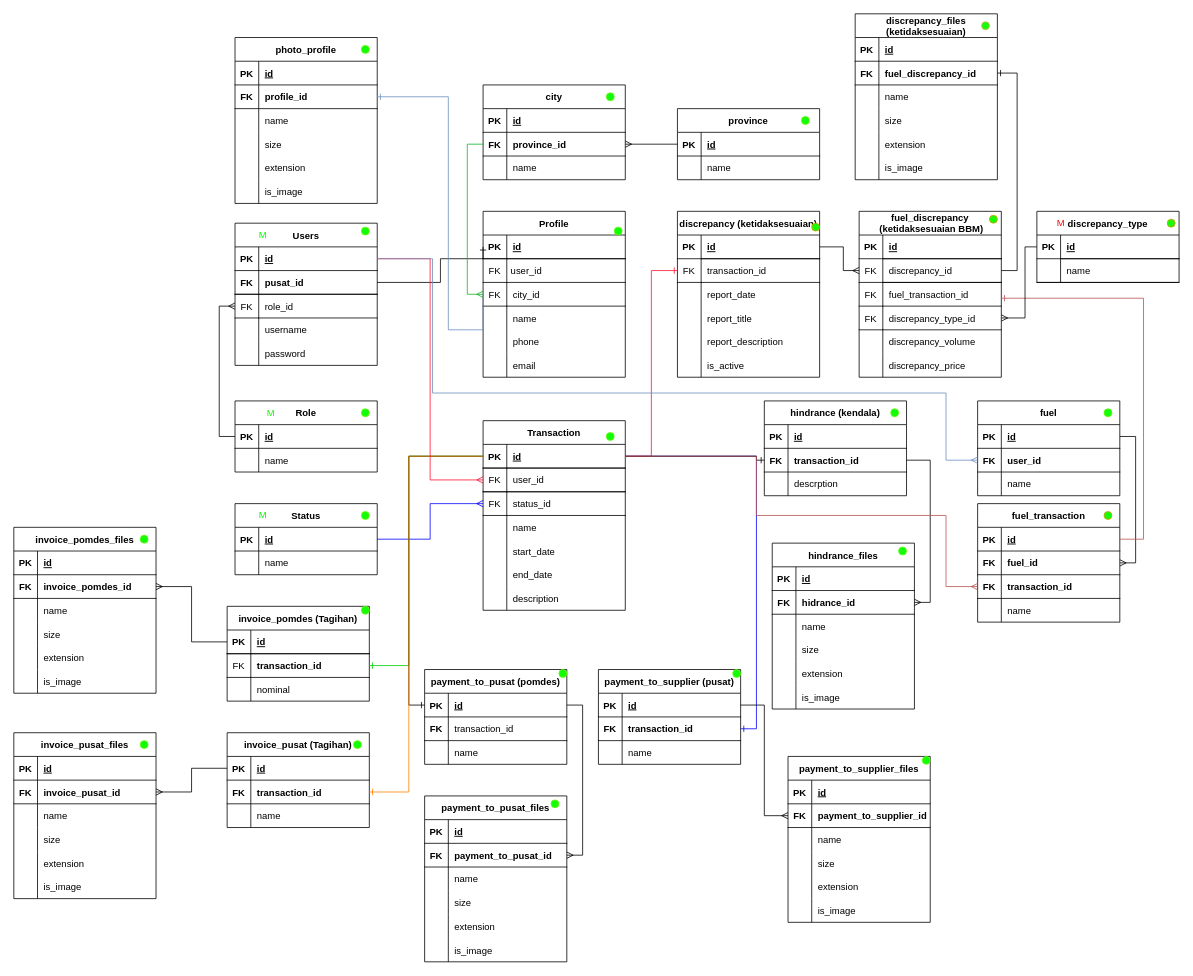
Faris072/pomdes keeps this draw.io diagram as PomdesDB.drawio. Above is the earlier version. Source tidied: cells renumbered, new cells numbered last; positions are measured from the earlier drawing's top-left corner, leaving out a move shared by most shapes. Both pictures are drawn from the tidied source at 79%, with x=0, y=0 at pixel (13, 13).
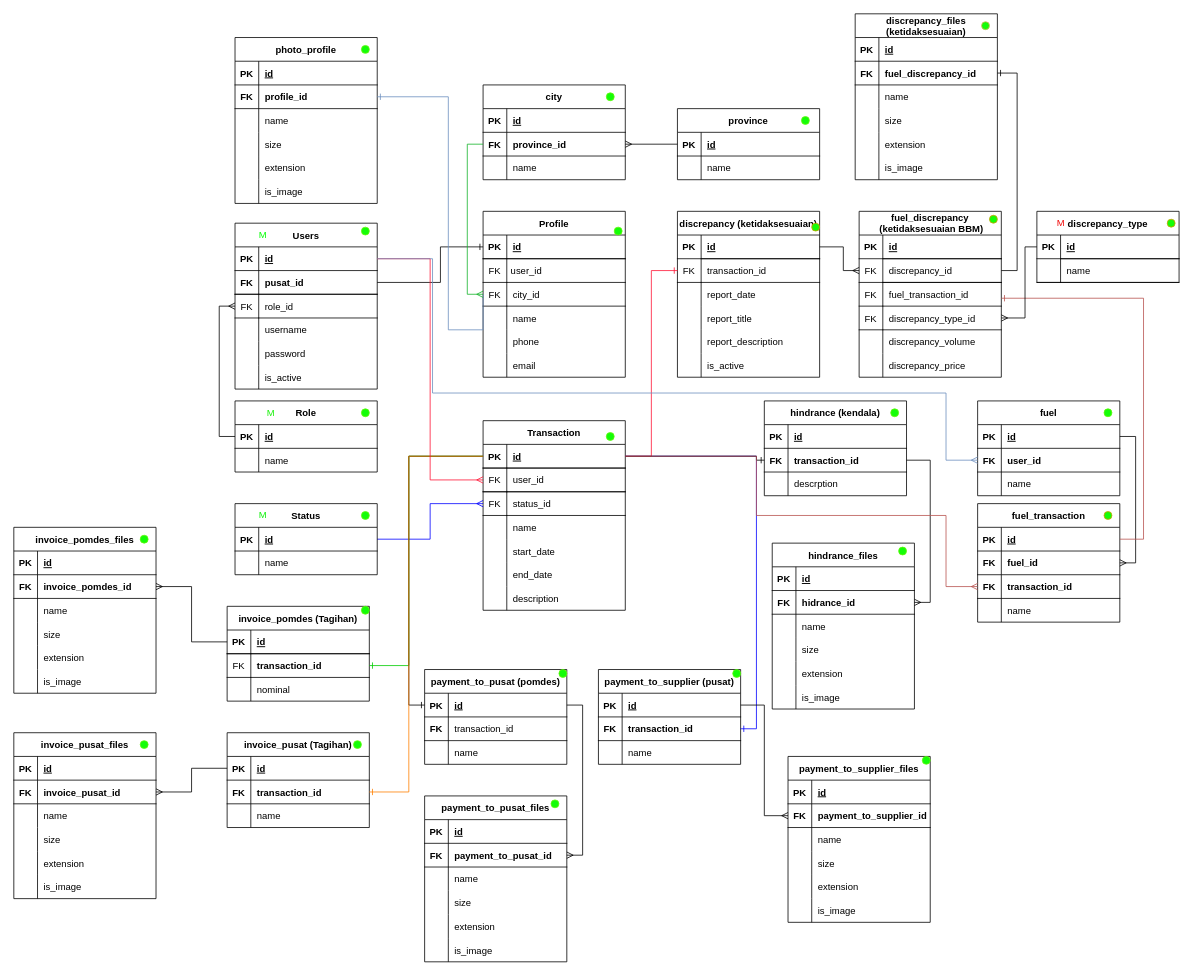
The same diagram, later.

Unchanged cells that the change refers to:
```xml
<mxCell id="6" style="shape=tableRow;horizontal=0;startSize=0;swimlaneHead=0;swimlaneBody=0;fillColor=none;points=[[0,0.5],[1,0.5]];portConstraint=eastwest;top=0;left=0;right=0;bottom=1;" parent="2" vertex="1">
  <mxGeometry y="60" width="180" height="30" as="geometry" />
</mxCell>
<mxCell id="19" style="shape=tableRow;horizontal=0;startSize=0;swimlaneHead=0;swimlaneBody=0;fillColor=none;points=[[0,0.5],[1,0.5]];portConstraint=eastwest;top=0;left=0;right=0;bottom=1;" parent="18" vertex="1">
  <mxGeometry y="30" width="180" height="30" as="geometry" />
</mxCell>
```

Change to the diagram source:
```diff
@@
     <mxCell id="2" value="Users" style="shape=table;startSize=30;childLayout=tableLayout;rowLines=0;fontStyle=1;align=center;" parent="1" vertex="1">
-      <mxGeometry x="280" y="265" width="180" height="180" as="geometry" />
+      <mxGeometry x="280" y="265" width="180" height="210" as="geometry" />
     </mxCell>
@@
+    <mxCell id="394" style="shape=tableRow;horizontal=0;startSize=0;swimlaneHead=0;swimlaneBody=0;fillColor=none;top=0;left=0;right=0;bottom=0;" parent="2" vertex="1">
+      <mxGeometry y="180" width="180" height="30" as="geometry" />
+    </mxCell>
+    <mxCell id="395" style="shape=partialRectangle;fillColor=none;top=0;left=0;bottom=0;right=0;overflow=hidden;" parent="394" vertex="1">
+      <mxGeometry width="30" height="30" as="geometry" />
+    </mxCell>
+    <mxCell id="396" value="is_active" style="shape=partialRectangle;fillColor=none;top=0;left=0;bottom=0;right=0;align=left;spacingLeft=6;overflow=hidden;" parent="394" vertex="1">
+      <mxGeometry x="30" width="150" height="30" as="geometry" />
+    </mxCell>
@@
     <mxCell id="37" style="edgeStyle=orthogonalEdgeStyle;rounded=0;jettySize=auto;html=1;endArrow=ERone;endFill=0;entryX=0;entryY=0.5;entryDx=0;entryDy=0;exitX=1;exitY=0.5;exitDx=0;exitDy=0;" parent="1" edge="1" source="6" target="19">
       <mxGeometry relative="1" as="geometry">
         <Array as="points">
           <mxPoint x="540" y="340" />
-          <mxPoint x="540" y="310" />
+          <mxPoint x="540" y="295" />
         </Array>
       </mxGeometry>
     </mxCell>
```
